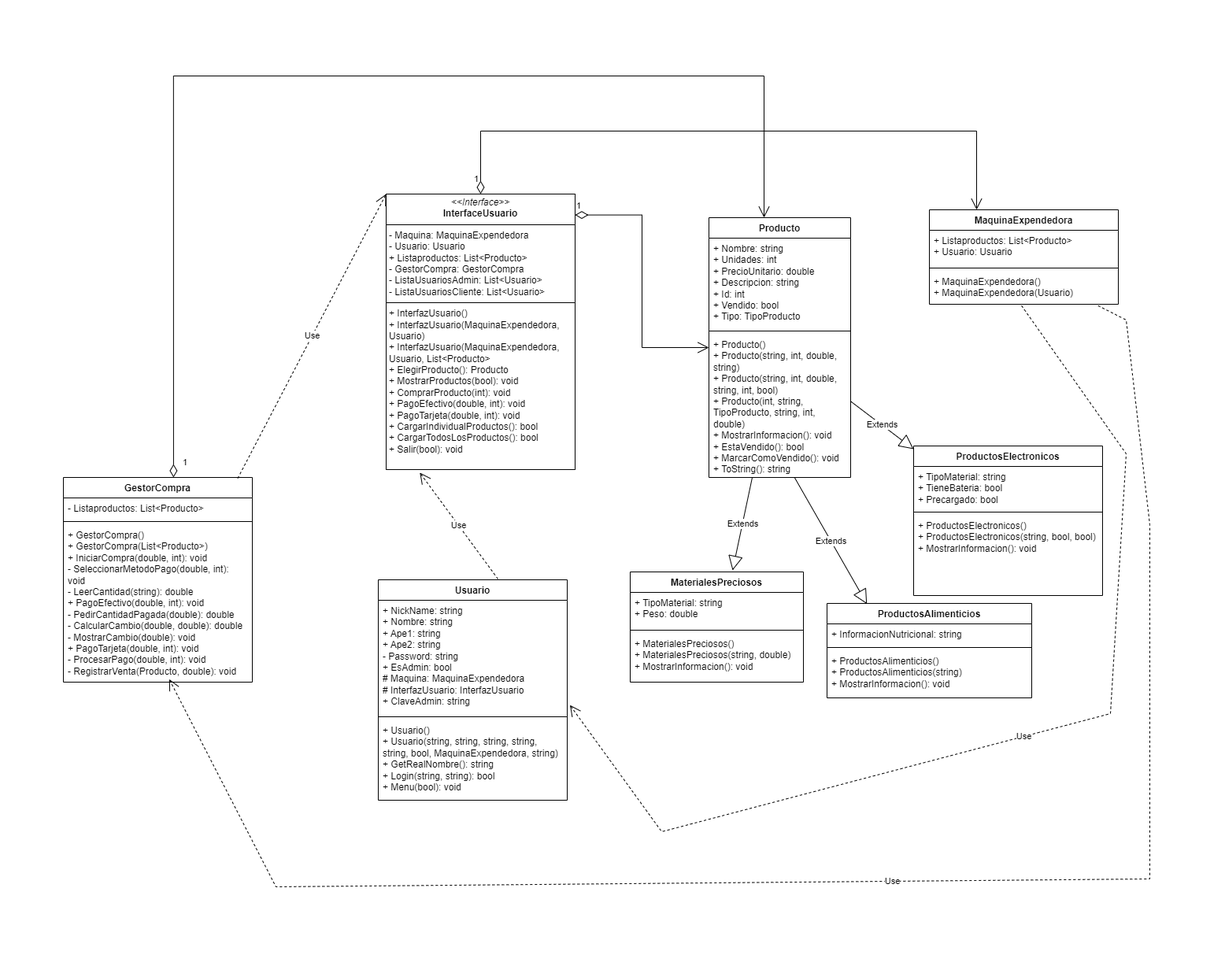
The draw.io diagram Diagram.drawio.png in CarmenSanchezHDLFlor/MaquinaExpendedora---ProyectoFinal, before a commit. Source tidied: cells renumbered, new cells last; positions are measured from the earlier drawing's top-left corner, leaving out a move shared by most shapes.
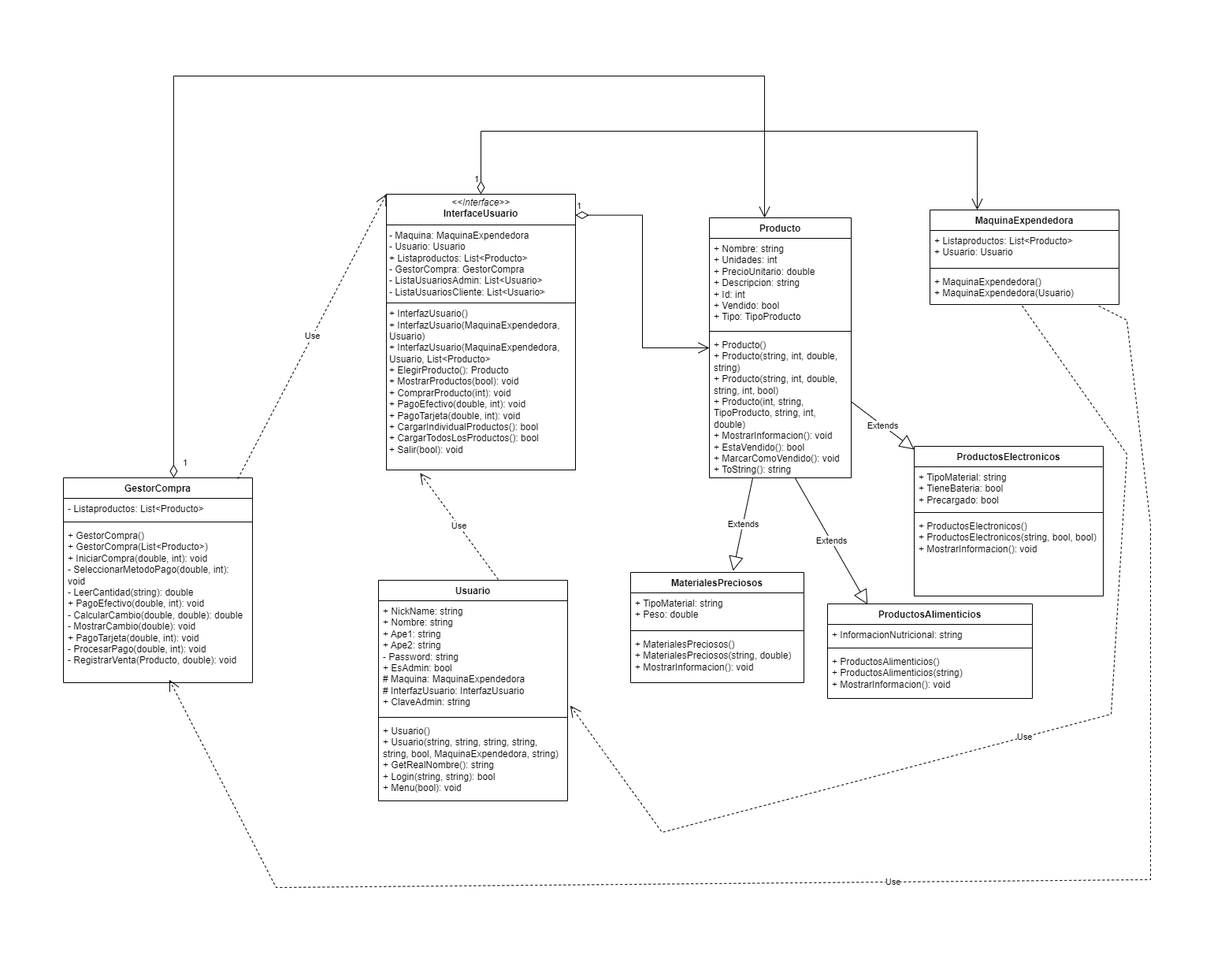
Above is the later version.

Change to the diagram source:
```diff
@@ -83,7 +83,7 @@
     <mxCell id="28" style="line;strokeWidth=1;fillColor=none;align=left;verticalAlign=middle;spacingTop=-1;spacingLeft=3;spacingRight=3;labelPosition=right;strokeColor=inherit;" parent="26" vertex="1">
       <mxGeometry y="52" width="240" height="8" as="geometry" />
     </mxCell>
-    <mxCell id="29" value="+ GestorCompra()&lt;div&gt;+ GestorCompra(List&amp;lt;Producto&amp;gt;)&lt;/div&gt;&lt;div&gt;+ IniciarCompra(double, int): void&lt;/div&gt;&lt;div&gt;- SeleccionarMetodoPago(double, int): void&lt;/div&gt;&lt;div&gt;- LeerCantidad(string): double&amp;nbsp;&lt;/div&gt;&lt;div&gt;+ PagoEfectivo(double, int): void&lt;/div&gt;&lt;div&gt;- PedirCantidadPagada(double): double&amp;nbsp;&lt;/div&gt;&lt;div&gt;- CalcularCambio(double, double): double&amp;nbsp;&lt;/div&gt;&lt;div&gt;- MostrarCambio(double): void&lt;/div&gt;&lt;div&gt;+ PagoTarjeta(double, int): void&lt;/div&gt;&lt;div&gt;- ProcesarPago(double, int): void&lt;/div&gt;&lt;div&gt;- RegistrarVenta(Producto, double): void&lt;/div&gt;" style="text;strokeColor=none;fillColor=none;align=left;verticalAlign=top;spacingLeft=4;spacingRight=4;overflow=hidden;points=[[0,0.5],[1,0.5]];portConstraint=eastwest;whiteSpace=wrap;html=1;" parent="26" vertex="1">
+    <mxCell id="29" value="+ GestorCompra()&lt;div&gt;+ GestorCompra(List&amp;lt;Producto&amp;gt;)&lt;/div&gt;&lt;div&gt;+ IniciarCompra(double, int): void&lt;/div&gt;&lt;div&gt;- SeleccionarMetodoPago(double, int): void&lt;/div&gt;&lt;div&gt;- LeerCantidad(string): double&amp;nbsp;&lt;/div&gt;&lt;div&gt;+ PagoEfectivo(double, int): void&lt;span style=&quot;background-color: initial;&quot;&gt;&amp;nbsp;&lt;/span&gt;&lt;/div&gt;&lt;div&gt;- CalcularCambio(double, double): double&amp;nbsp;&lt;/div&gt;&lt;div&gt;- MostrarCambio(double): void&lt;/div&gt;&lt;div&gt;+ PagoTarjeta(double, int): void&lt;/div&gt;&lt;div&gt;- ProcesarPago(double, int): void&lt;/div&gt;&lt;div&gt;- RegistrarVenta(Producto, double): void&lt;/div&gt;" style="text;strokeColor=none;fillColor=none;align=left;verticalAlign=top;spacingLeft=4;spacingRight=4;overflow=hidden;points=[[0,0.5],[1,0.5]];portConstraint=eastwest;whiteSpace=wrap;html=1;" parent="26" vertex="1">
       <mxGeometry y="60" width="240" height="200" as="geometry" />
     </mxCell>
     <mxCell id="30" value="&lt;p style=&quot;margin:0px;margin-top:4px;text-align:center;&quot;&gt;&lt;i&gt;&amp;lt;&amp;lt;Interface&amp;gt;&amp;gt;&lt;/i&gt;&lt;br&gt;&lt;b&gt;InterfaceUsuario&lt;/b&gt;&lt;/p&gt;&lt;hr size=&quot;1&quot; style=&quot;border-style:solid;&quot;&gt;&lt;p style=&quot;margin:0px;margin-left:4px;&quot;&gt;- Maquina: MaquinaExpendedora&lt;br&gt;- Usuario: Usuario&lt;/p&gt;&lt;p style=&quot;margin:0px;margin-left:4px;&quot;&gt;+ Listaproductos: List&amp;lt;Producto&amp;gt;&lt;/p&gt;&lt;p style=&quot;margin:0px;margin-left:4px;&quot;&gt;- GestorCompra: GestorCompra&lt;/p&gt;&lt;p style=&quot;margin:0px;margin-left:4px;&quot;&gt;- ListaUsuariosAdmin: List&amp;lt;Usuario&amp;gt;&lt;/p&gt;&lt;p style=&quot;margin:0px;margin-left:4px;&quot;&gt;- ListaUsuariosCliente: List&amp;lt;Usuario&amp;gt;&amp;nbsp;&lt;/p&gt;&lt;hr size=&quot;1&quot; style=&quot;border-style:solid;&quot;&gt;&lt;p style=&quot;margin:0px;margin-left:4px;&quot;&gt;+ InterfazUsuario()&lt;br&gt;+ InterfazUsuario(MaquinaExpendedora, Usuario)&lt;/p&gt;&lt;p style=&quot;margin:0px;margin-left:4px;&quot;&gt;+ InterfazUsuario(MaquinaExpendedora, Usuario, List&amp;lt;Producto&amp;gt;&lt;/p&gt;&lt;p style=&quot;margin:0px;margin-left:4px;&quot;&gt;+ ElegirProducto(): Producto&lt;/p&gt;&lt;p style=&quot;margin:0px;margin-left:4px;&quot;&gt;+ MostrarProductos(bool): void&lt;/p&gt;&lt;p style=&quot;margin:0px;margin-left:4px;&quot;&gt;+ ComprarProducto(int): void&lt;/p&gt;&lt;p style=&quot;margin:0px;margin-left:4px;&quot;&gt;+ PagoEfectivo(double, int): void&lt;/p&gt;&lt;p style=&quot;margin:0px;margin-left:4px;&quot;&gt;+ PagoTarjeta(double, int): void&amp;nbsp;&lt;/p&gt;&lt;p style=&quot;margin:0px;margin-left:4px;&quot;&gt;+ CargarIndividualProductos(): bool&lt;/p&gt;&lt;p style=&quot;margin:0px;margin-left:4px;&quot;&gt;+ CargarTodosLosProductos(): bool&lt;/p&gt;&lt;p style=&quot;margin:0px;margin-left:4px;&quot;&gt;+ Salir(bool): void&amp;nbsp;&lt;/p&gt;" style="verticalAlign=top;align=left;overflow=fill;html=1;whiteSpace=wrap;" parent="1" vertex="1">
```
